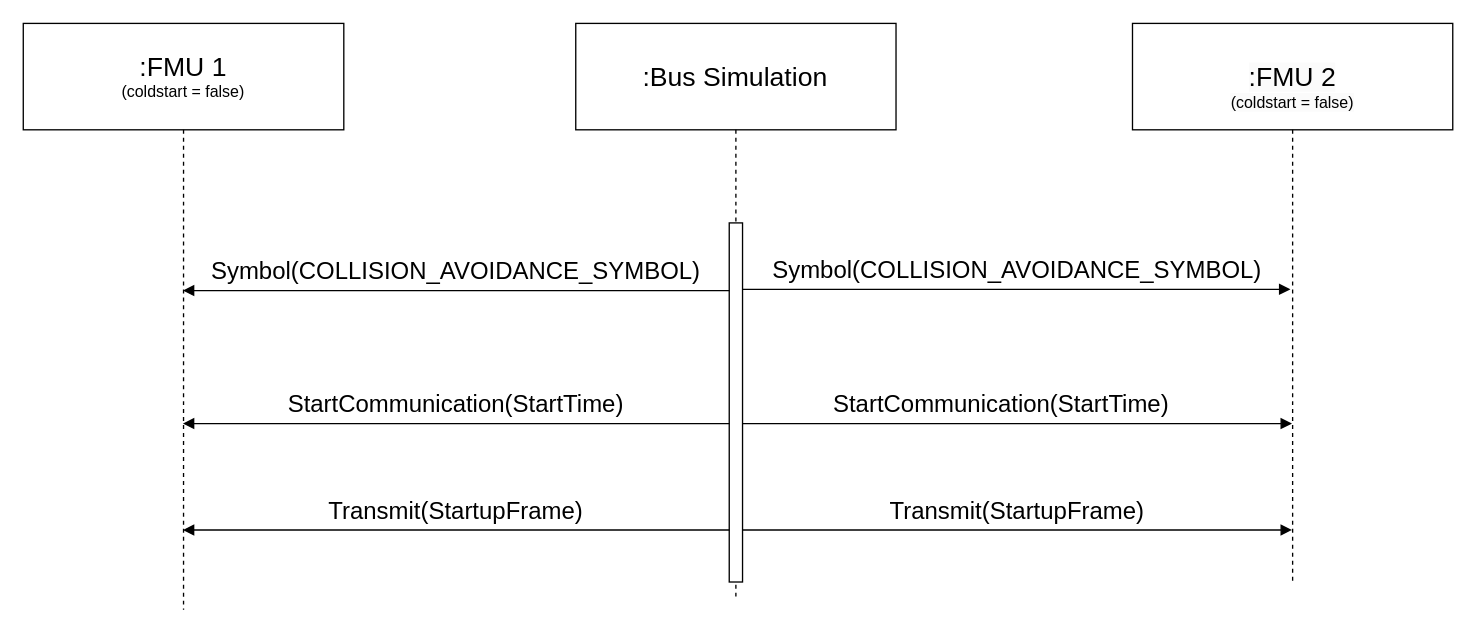
The draw.io diagram docs/images/flexray_startup_coldstart_emulation.drawio in modelica/fmi-ls-bus, before the edit. Source tidied: cells renumbered, new cells numbered last; positions are measured from the earlier drawing's top-left corner, leaving out a move shared by most shapes. Both pictures are drawn from the tidied source at 133%, with x=0, y=0 at pixel (23, 23).
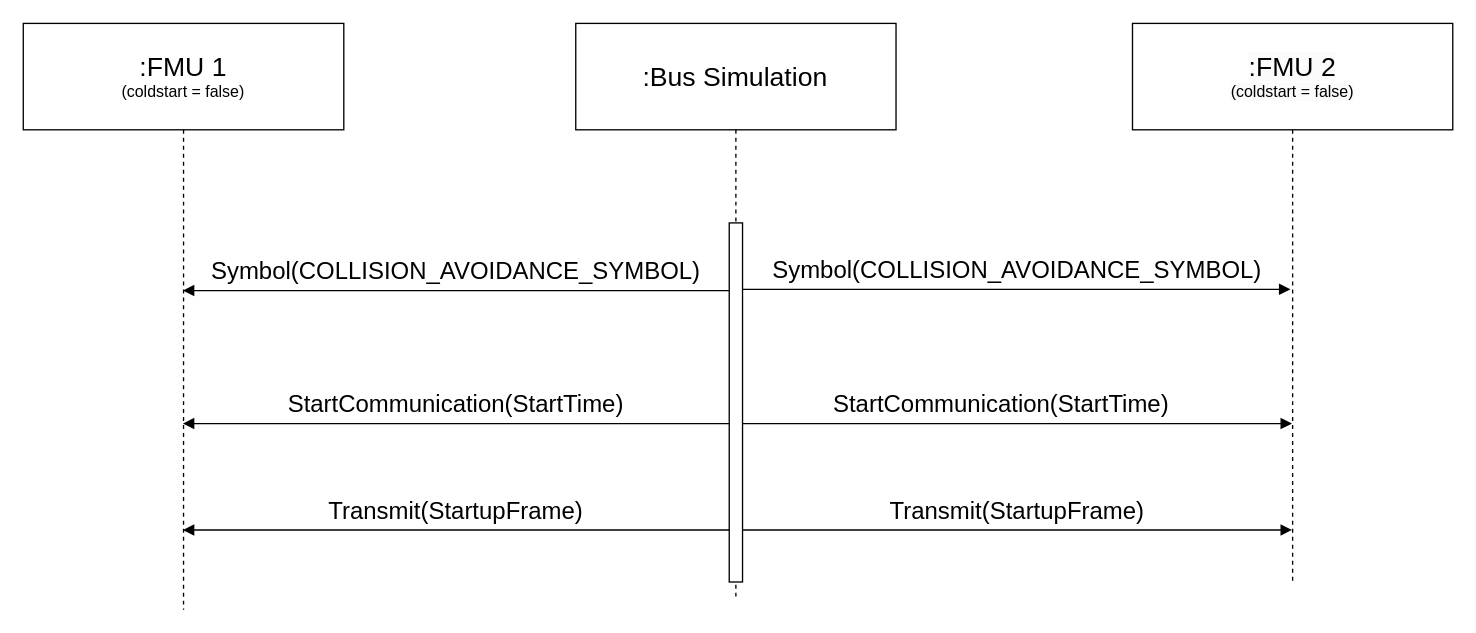
Above is the later version.

Commit message (it also covers changes not shown here):
Fix startup seq. diagrams

Diff of the diagram source:
```diff
@@
 <mxGraphModel>
   <root>
     <mxCell id="0" />
     <mxCell id="1" parent="0" />
     <mxCell id="2" value="&lt;font style=&quot;&quot;&gt;&lt;span style=&quot;font-size: 20px;&quot;&gt;:FMU 1&lt;/span&gt;&lt;br&gt;&lt;font style=&quot;font-size: 12px;&quot;&gt;(coldstart = false)&lt;/font&gt;&lt;br&gt;&lt;/font&gt;" style="shape=umlLifeline;perimeter=lifelinePerimeter;whiteSpace=wrap;html=1;outlineConnect=0;portConstraint=eastwest;newEdgeStyle={&quot;curved&quot;:0,&quot;rounded&quot;:0};size=80;" parent="1" vertex="1">
       <mxGeometry y="0.1" width="241" height="440.9" as="geometry" />
     </mxCell>
-    <mxCell id="3" value="&lt;br&gt;&lt;span style=&quot;color: rgb(0, 0, 0); font-family: Helvetica; font-size: 20px; font-style: normal; font-variant-ligatures: normal; font-variant-caps: normal; font-weight: 400; letter-spacing: normal; orphans: 2; text-align: center; text-indent: 0px; text-transform: none; widows: 2; word-spacing: 0px; -webkit-text-stroke-width: 0px; background-color: rgb(251, 251, 251); text-decoration-thickness: initial; text-decoration-style: initial; text-decoration-color: initial; float: none; display: inline !important;&quot;&gt;:FMU 2&lt;/span&gt;&lt;br style=&quot;border-color: var(--border-color); color: rgb(0, 0, 0); font-family: Helvetica; font-size: 20px; font-style: normal; font-variant-ligatures: normal; font-variant-caps: normal; font-weight: 400; letter-spacing: normal; orphans: 2; text-align: center; text-indent: 0px; text-transform: none; widows: 2; word-spacing: 0px; -webkit-text-stroke-width: 0px; background-color: rgb(251, 251, 251); text-decoration-thickness: initial; text-decoration-style: initial; text-decoration-color: initial;&quot;&gt;&lt;span style=&quot;color: rgb(0, 0, 0); font-family: Helvetica; font-style: normal; font-variant-ligatures: normal; font-variant-caps: normal; font-weight: 400; letter-spacing: normal; orphans: 2; text-align: center; text-indent: 0px; text-transform: none; widows: 2; word-spacing: 0px; -webkit-text-stroke-width: 0px; background-color: rgb(251, 251, 251); text-decoration-thickness: initial; text-decoration-style: initial; text-decoration-color: initial; float: none; display: inline !important;&quot;&gt;&lt;font style=&quot;font-size: 12px;&quot;&gt;(coldstart = false)&lt;/font&gt;&lt;/span&gt;" style="shape=umlLifeline;perimeter=lifelinePerimeter;whiteSpace=wrap;html=1;outlineConnect=0;portConstraint=eastwest;newEdgeStyle={&quot;curved&quot;:0,&quot;rounded&quot;:0};size=80;" parent="1" vertex="1">
+    <mxCell id="3" value="&lt;span style=&quot;color: rgb(0, 0, 0); font-family: Helvetica; font-size: 20px; font-style: normal; font-variant-ligatures: normal; font-variant-caps: normal; font-weight: 400; letter-spacing: normal; orphans: 2; text-align: center; text-indent: 0px; text-transform: none; widows: 2; word-spacing: 0px; -webkit-text-stroke-width: 0px; background-color: rgb(251, 251, 251); text-decoration-thickness: initial; text-decoration-style: initial; text-decoration-color: initial; float: none; display: inline !important;&quot;&gt;:FMU 2&lt;/span&gt;&lt;br style=&quot;border-color: var(--border-color); color: rgb(0, 0, 0); font-family: Helvetica; font-size: 20px; font-style: normal; font-variant-ligatures: normal; font-variant-caps: normal; font-weight: 400; letter-spacing: normal; orphans: 2; text-align: center; text-indent: 0px; text-transform: none; widows: 2; word-spacing: 0px; -webkit-text-stroke-width: 0px; background-color: rgb(251, 251, 251); text-decoration-thickness: initial; text-decoration-style: initial; text-decoration-color: initial;&quot;&gt;&lt;span style=&quot;color: rgb(0, 0, 0); font-family: Helvetica; font-style: normal; font-variant-ligatures: normal; font-variant-caps: normal; font-weight: 400; letter-spacing: normal; orphans: 2; text-align: center; text-indent: 0px; text-transform: none; widows: 2; word-spacing: 0px; -webkit-text-stroke-width: 0px; background-color: rgb(251, 251, 251); text-decoration-thickness: initial; text-decoration-style: initial; text-decoration-color: initial; float: none; display: inline !important;&quot;&gt;&lt;font style=&quot;font-size: 12px;&quot;&gt;(coldstart = false)&lt;/font&gt;&lt;/span&gt;" style="shape=umlLifeline;perimeter=lifelinePerimeter;whiteSpace=wrap;html=1;outlineConnect=0;portConstraint=eastwest;newEdgeStyle={&quot;curved&quot;:0,&quot;rounded&quot;:0};size=80;" parent="1" vertex="1">
       <mxGeometry x="834" y="0.1" width="240.8" height="420.9" as="geometry" />
     </mxCell>
     <mxCell id="4" value="&lt;font style=&quot;font-size: 20px;&quot;&gt;:Bus Simulation&lt;/font&gt;" style="shape=umlLifeline;perimeter=lifelinePerimeter;whiteSpace=wrap;html=1;newEdgeStyle={&quot;curved&quot;:0,&quot;rounded&quot;:0};size=80;" parent="1" vertex="1">
       <mxGeometry x="415.4" y="0.1" width="240.8" height="430.9" as="geometry" />
     </mxCell>
     <mxCell id="5" style="ellipse;whiteSpace=wrap;html=1;align=center;fillColor=none;strokeColor=none;perimeter=centerPerimeter;" parent="4" vertex="1">
       <mxGeometry x="180.5" y="280" width="10" height="10" as="geometry" />
     </mxCell>
     <mxCell id="6" style="html=1;points=[[0,0,0,0,5],[0,1,0,0,-5],[1,0,0,0,5],[1,1,0,0,-5]];perimeter=orthogonalPerimeter;outlineConnect=0;targetShapes=umlLifeline;portConstraint=eastwest;newEdgeStyle={&quot;curved&quot;:0,&quot;rounded&quot;:0};fillColor=default;" parent="4" vertex="1">
       <mxGeometry x="115.4" y="150" width="10" height="270" as="geometry" />
     </mxCell>
     <mxCell id="7" value="&lt;font style=&quot;font-size: 18px;&quot;&gt;Symbol(COLLISION_AVOIDANCE_SYMBOL)&lt;/font&gt;" style="html=1;verticalAlign=bottom;endArrow=block;curved=0;rounded=0;" parent="1" edge="1" target="2">
       <mxGeometry relative="1" as="geometry">
         <mxPoint x="531" y="201" as="sourcePoint" />
         <Array as="points">
           <mxPoint x="201" y="201" />
         </Array>
       </mxGeometry>
     </mxCell>
     <mxCell id="8" value="&lt;span style=&quot;font-size: 18px;&quot;&gt;Symbol(COLLISION_AVOIDANCE_SYMBOL)&lt;/span&gt;" style="html=1;verticalAlign=bottom;endArrow=block;curved=0;rounded=0;entryX=0.493;entryY=0.475;entryDx=0;entryDy=0;entryPerimeter=0;" parent="1" edge="1" source="6" target="3">
       <mxGeometry relative="1" as="geometry" />
     </mxCell>
     <mxCell id="9" value="&lt;span style=&quot;font-size: 18px;&quot;&gt;StartCommunication(StartTime)&lt;/span&gt;" style="html=1;verticalAlign=bottom;endArrow=block;curved=0;rounded=0;" parent="1" edge="1" target="2">
       <mxGeometry relative="1" as="geometry">
         <mxPoint x="531" y="301" as="sourcePoint" />
       </mxGeometry>
     </mxCell>
     <mxCell id="10" value="&lt;span style=&quot;font-size: 18px;&quot;&gt;StartCommunication(StartTime)&lt;/span&gt;" style="html=1;verticalAlign=bottom;endArrow=block;curved=0;rounded=0;" parent="1" edge="1" target="3">
       <mxGeometry x="-0.06" relative="1" as="geometry">
         <mxPoint x="541" y="301" as="sourcePoint" />
       </mxGeometry>
     </mxCell>
     <mxCell id="11" value="&lt;span style=&quot;font-size: 18px;&quot;&gt;Transmit(StartupFrame)&lt;/span&gt;" style="html=1;verticalAlign=bottom;endArrow=block;curved=0;rounded=0;" parent="1" edge="1" target="2">
       <mxGeometry relative="1" as="geometry">
         <mxPoint x="531" y="381" as="sourcePoint" />
       </mxGeometry>
     </mxCell>
     <mxCell id="12" value="&lt;span style=&quot;font-size: 18px;&quot;&gt;Transmit(StartupFrame)&lt;/span&gt;" style="html=1;verticalAlign=bottom;endArrow=block;curved=0;rounded=0;startArrow=none;" parent="1" edge="1" target="3">
       <mxGeometry relative="1" as="geometry">
         <mxPoint x="541" y="381" as="sourcePoint" />
       </mxGeometry>
     </mxCell>
     <mxCell id="13" style="html=1;verticalAlign=bottom;endArrow=none;curved=0;rounded=0;" parent="1" edge="1">
       <mxGeometry relative="1" as="geometry">
         <mxPoint x="535.8" y="381" as="sourcePoint" />
         <mxPoint x="535.8" y="381" as="targetPoint" />
       </mxGeometry>
     </mxCell>
   </root>
 </mxGraphModel>
```
